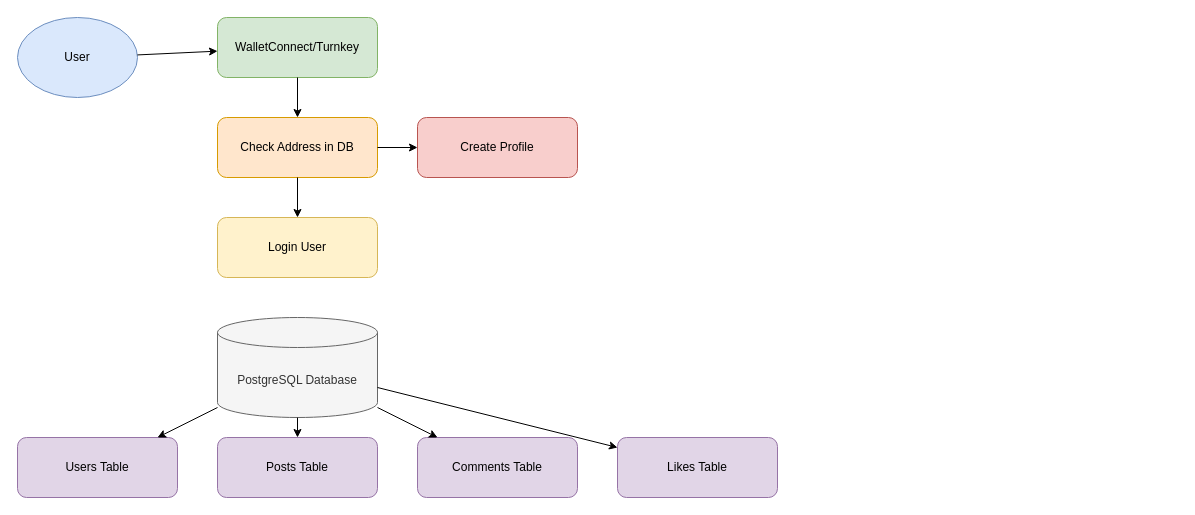
Earlier version of the draw.io diagram design2.drawio (David405/vercel-deployment). Source tidied: cells renumbered, new cells numbered last; positions are measured from the earlier drawing's top-left corner, leaving out a move shared by most shapes. Both pictures are drawn from the tidied source at 100%, with x=0, y=0 at pixel (17, 17).
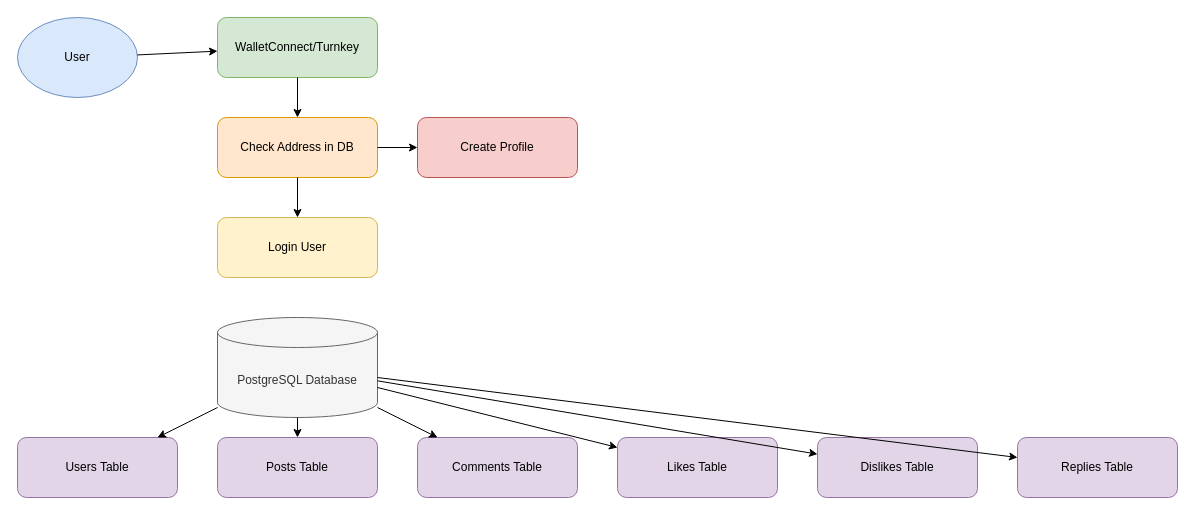
After the change.

Commit message (it also covers changes not shown here):
fixed env variable error

Unchanged cells that the change refers to:
```xml
<mxCell id="11" value="PostgreSQL Database" style="shape=cylinder3;whiteSpace=wrap;html=1;boundedLbl=1;backgroundOutline=1;size=15;fillColor=#f5f5f5;strokeColor=#666666;fontColor=#333333;" parent="1" vertex="1">
  <mxGeometry x="200" y="300" width="160" height="100" as="geometry" />
</mxCell>
```

Diff of the diagram source:
```diff
@@
+    <mxCell id="20" value="Dislikes Table" style="rounded=1;whiteSpace=wrap;html=1;fillColor=#e1d5e7;strokeColor=#9673a6;" parent="1" vertex="1">
+      <mxGeometry x="800" y="420" width="160" height="60" as="geometry" />
+    </mxCell>
+    <mxCell id="21" value="Replies Table" style="rounded=1;whiteSpace=wrap;html=1;fillColor=#e1d5e7;strokeColor=#9673a6;" parent="1" vertex="1">
+      <mxGeometry x="1000" y="420" width="160" height="60" as="geometry" />
+    </mxCell>
@@
+    <mxCell id="22" style="endArrow=classic;html=1;" parent="1" edge="1" source="11" target="20">
+      <mxGeometry relative="1" as="geometry" />
+    </mxCell>
+    <mxCell id="23" style="endArrow=classic;html=1;" parent="1" edge="1" source="11" target="21">
+      <mxGeometry relative="1" as="geometry" />
+    </mxCell>
```
